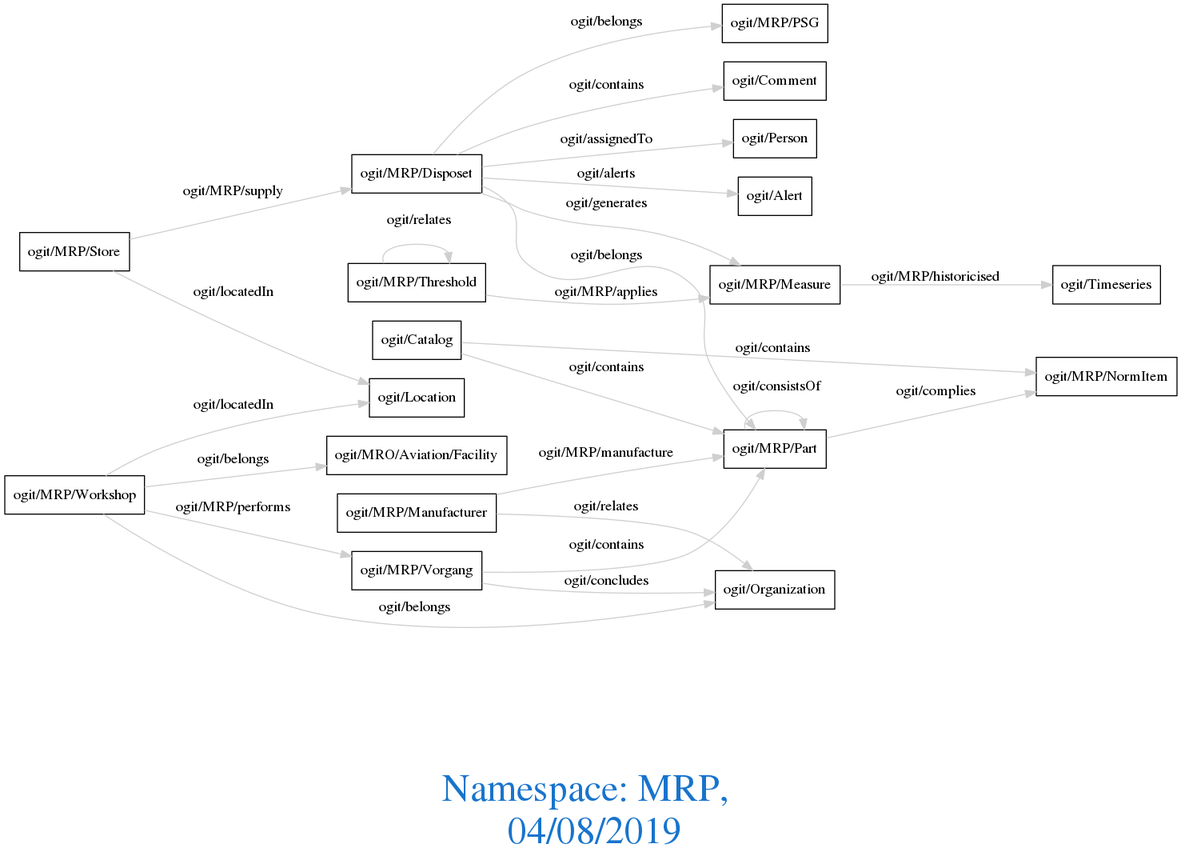
Before: downloads/MRP.png, a diagram exported from Graphviz (arago/OGIT). Its source is kept beside it as downloads/MRP.dot. Source of this version:
```dot
digraph OGIT_ontology {
 graph [ rankdir= LR,compound=true
fontsize = 36,
fontcolor= dodgerblue3,label = "\n\n\nNamespace: MRP, \n 04/08/2019"];
node[shape=polygon];
edge [  color="gray81"];

   "ogit/MRP/Disposet" -> "ogit/Comment" [label="   ogit/contains    "];
   "ogit/MRP/Vorgang" -> "ogit/MRP/Part" [label="   ogit/contains    "];
   "ogit/Catalog" -> "ogit/MRP/NormItem" [label="   ogit/contains    "];
   "ogit/Catalog" -> "ogit/MRP/Part" [label="   ogit/contains    "];
   "ogit/MRP/Vorgang" -> "ogit/Organization" [label="   ogit/concludes    "];
   "ogit/MRP/Disposet" -> "ogit/Person" [label="   ogit/assignedTo    "];
   "ogit/MRP/Disposet" -> "ogit/MRP/Measure" [label="   ogit/generates    "];
   "ogit/MRP/Threshold" -> "ogit/MRP/Measure" [label="   ogit/MRP/applies    "];
   "ogit/MRP/Part" -> "ogit/MRP/NormItem" [label="   ogit/complies    "];
   "ogit/MRP/Workshop" -> "ogit/MRP/Vorgang" [label="   ogit/MRP/performs    "];
   "ogit/MRP/Disposet" -> "ogit/Alert" [label="   ogit/alerts    "];
   "ogit/MRP/Store" -> "ogit/Location" [label="   ogit/locatedIn    "];
   "ogit/MRP/Workshop" -> "ogit/Location" [label="   ogit/locatedIn    "];
   "ogit/MRP/Measure" -> "ogit/Timeseries" [label="   ogit/MRP/historicised    "];
   "ogit/MRP/Manufacturer" -> "ogit/MRP/Part" [label="   ogit/MRP/manufacture    "];
   "ogit/MRP/Store" -> "ogit/MRP/Disposet" [label="   ogit/MRP/supply    "];
   "ogit/MRP/Disposet" -> "ogit/MRP/Part" [label="   ogit/belongs    "];
   "ogit/MRP/Disposet" -> "ogit/MRP/PSG" [label="   ogit/belongs    "];
   "ogit/MRP/Workshop" -> "ogit/MRO/Aviation/Facility" [label="   ogit/belongs    "];
   "ogit/MRP/Workshop" -> "ogit/Organization" [label="   ogit/belongs    "];
   "ogit/MRP/Part" -> "ogit/MRP/Part" [label="   ogit/consistsOf
  "];
   "ogit/MRP/Manufacturer" -> "ogit/Organization" [label="   ogit/relates    "];
   "ogit/MRP/Threshold" -> "ogit/MRP/Threshold" [label="   ogit/relates
  "];
}
```
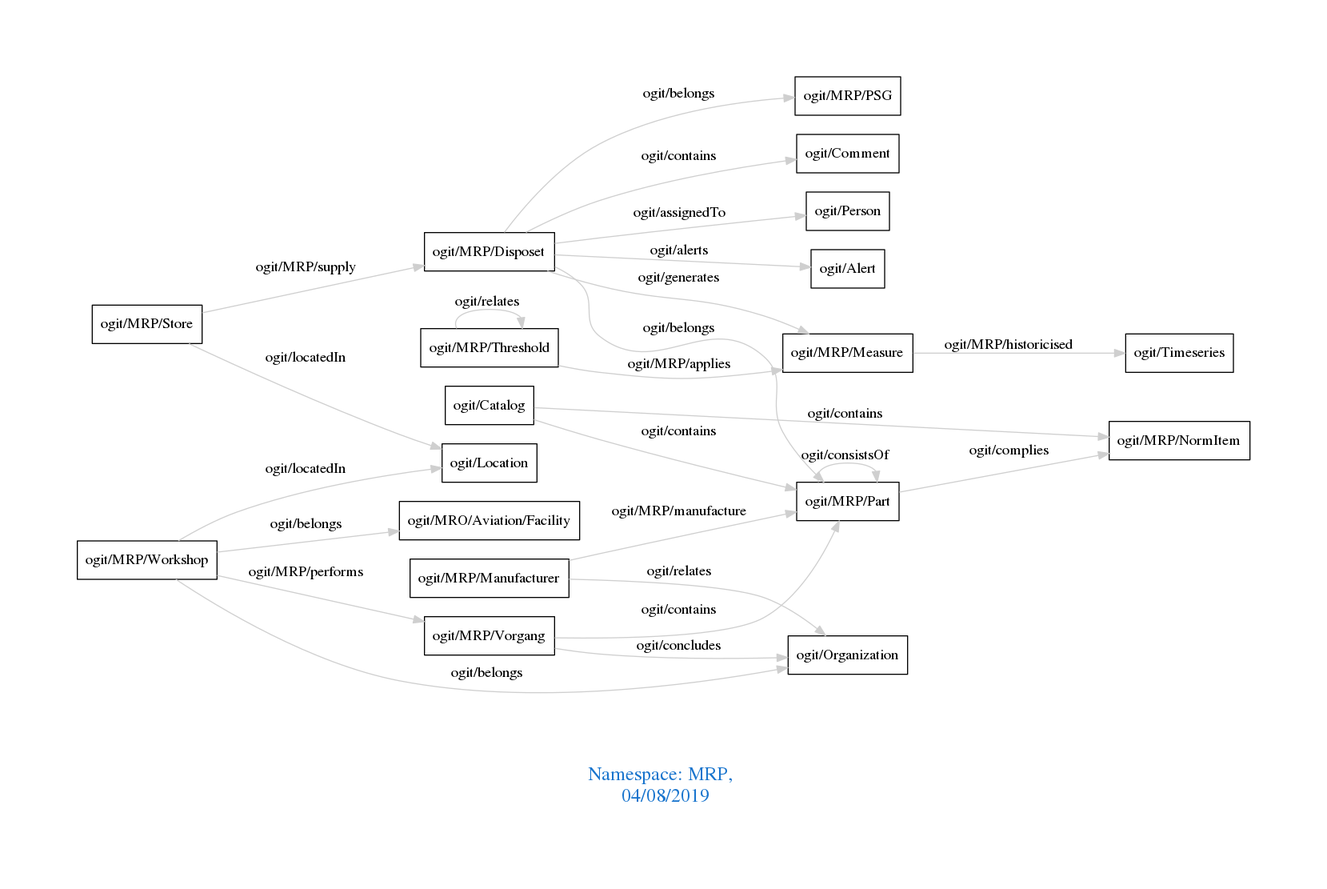
Later version of the same file.

Diff of the diagram source:
```diff
@@ -1,6 +1,6 @@
 digraph OGIT_ontology {
- graph [ rankdir= LR,compound=true
-fontsize = 36,
+ graph [ rankdir= LR,pad=1
+fontsize = 18,
 fontcolor= dodgerblue3,label = "\n\n\nNamespace: MRP, \n 04/08/2019"];
 node[shape=polygon];
 edge [  color="gray81"];
@@ -25,9 +25,7 @@
    "ogit/MRP/Disposet" -> "ogit/MRP/PSG" [label="   ogit/belongs    "];
    "ogit/MRP/Workshop" -> "ogit/MRO/Aviation/Facility" [label="   ogit/belongs    "];
    "ogit/MRP/Workshop" -> "ogit/Organization" [label="   ogit/belongs    "];
-   "ogit/MRP/Part" -> "ogit/MRP/Part" [label="   ogit/consistsOf
-  "];
    "ogit/MRP/Manufacturer" -> "ogit/Organization" [label="   ogit/relates    "];
-   "ogit/MRP/Threshold" -> "ogit/MRP/Threshold" [label="   ogit/relates
-  "];
+   "ogit/MRP/Threshold" -> "ogit/MRP/Threshold" [label="   ogit/relates    "];
+   "ogit/MRP/Part" -> "ogit/MRP/Part" [label="   ogit/consistsOf    "];
 }
```
